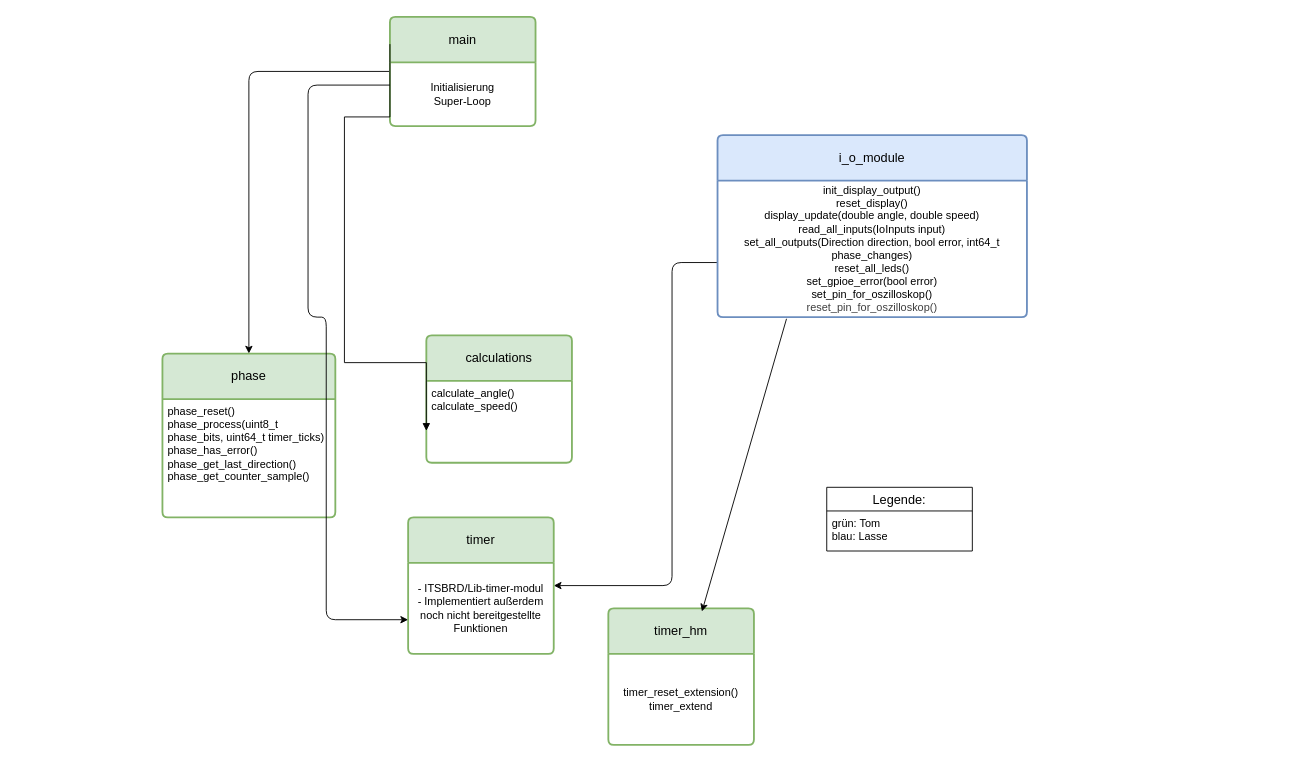
This is Programs/Drehgeber/Modulkonzept.drawio from eljollo/ITS-BRD-VSC, a draw.io file, before an edit. Source tidied: cells renumbered, new cells numbered last; positions are measured from the earlier drawing's top-left corner, leaving out a move shared by most shapes. Both pictures are drawn from the tidied source at 91%, with x=0, y=0 at pixel (162, 16).
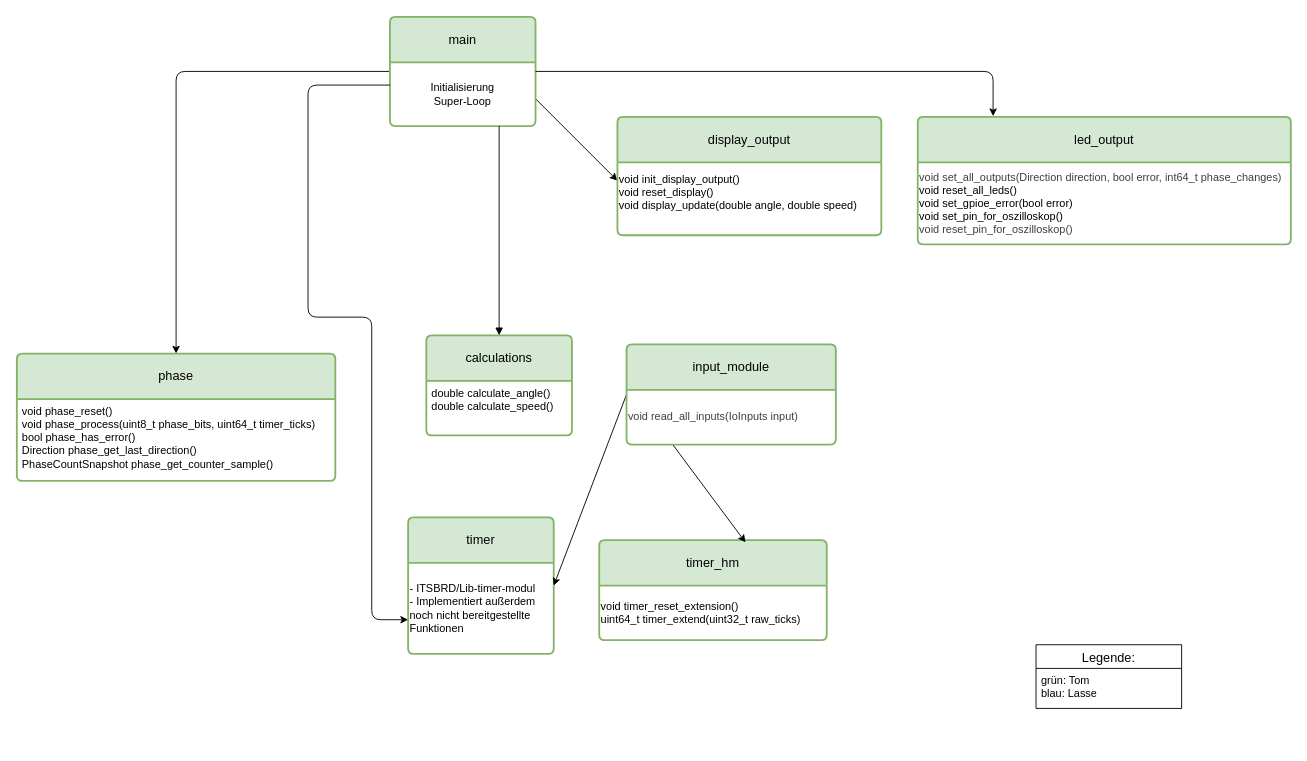
The same page after the edit.

Unchanged cells that the change refers to:
```xml
<mxCell id="3" value="main" style="swimlane;horizontal=1;startSize=50;rounded=1;fontSize=14;fontStyle=0;strokeWidth=2;shadow=0;dashed=0;align=center;arcSize=4;whiteSpace=wrap;html=1;fillColor=#d5e8d4;strokeColor=#82b366;" parent="1" vertex="1">
  <mxGeometry x="250" width="160" height="120" as="geometry" />
</mxCell>
<mxCell id="7" value="timer" style="swimlane;horizontal=1;startSize=50;rounded=1;fontSize=14;fontStyle=0;strokeWidth=2;shadow=0;dashed=0;align=center;arcSize=4;whiteSpace=wrap;html=1;fillColor=#d5e8d4;strokeColor=#82b366;" parent="1" vertex="1">
  <mxGeometry x="270" y="550" width="160" height="150" as="geometry" />
</mxCell>
```

Change to the diagram source:
```diff
@@
+    <mxCell id="21" style="edgeStyle=none;html=1;exitX=1;exitY=0.75;exitDx=0;exitDy=0;entryX=0;entryY=0.25;entryDx=0;entryDy=0;" parent="1" edge="1" source="3" target="26">
+      <mxGeometry relative="1" as="geometry" />
+    </mxCell>
@@
     <mxCell id="4" value="phase" style="swimlane;horizontal=1;startSize=50;rounded=1;fontSize=14;fontStyle=0;strokeWidth=2;shadow=0;dashed=0;align=center;arcSize=4;whiteSpace=wrap;html=1;fillColor=#d5e8d4;strokeColor=#82b366;" parent="1" vertex="1">
-      <mxGeometry y="370" width="190" height="180" as="geometry" />
+      <mxGeometry x="-160" y="370" width="350" height="140" as="geometry" />
     </mxCell>
-    <mxCell id="5" value="phase_reset()&lt;div&gt;phase_process(uint8_t phase_bits, uint64_t timer_ticks)&lt;/div&gt;&lt;div&gt;phase_has_error()&lt;/div&gt;&lt;div&gt;phase_get_last_direction()&lt;/div&gt;&lt;div&gt;phase_get_counter_sample()&lt;/div&gt;" style="align=left;strokeColor=none;fillColor=none;spacingLeft=4;spacingRight=4;fontSize=12;verticalAlign=top;html=1;whiteSpace=wrap;" parent="4" vertex="1">
-      <mxGeometry y="50" width="190" height="130" as="geometry" />
+    <mxCell id="5" value="void phase_reset()&lt;br&gt;&lt;div&gt;&lt;span style=&quot;color: rgb(0, 0, 0); background-color: transparent;&quot;&gt;void&lt;/span&gt;&lt;span style=&quot;color: rgb(0, 0, 0); background-color: transparent;&quot;&gt; &lt;/span&gt;phase_process(uint8_t phase_bits, uint64_t timer_ticks)&lt;/div&gt;&lt;div&gt;bool phase_has_error()&lt;/div&gt;&lt;div&gt;Direction phase_get_last_direction()&lt;/div&gt;&lt;div&gt;PhaseCountSnapshot phase_get_counter_sample()&lt;/div&gt;" style="align=left;strokeColor=none;fillColor=none;spacingLeft=4;spacingRight=4;fontSize=12;verticalAlign=top;html=1;whiteSpace=wrap;" parent="4" vertex="1">
+      <mxGeometry y="50" width="350" height="90" as="geometry" />
     </mxCell>
-    <mxCell id="6" style="edgeStyle=orthogonalEdgeStyle;html=1;endArrow=none;endFill=0;startArrow=classic;startFill=1;" parent="1" edge="1" source="7" target="12">
-      <mxGeometry x="0.6" relative="1" as="geometry">
-        <Array as="points">
-          <mxPoint x="560" y="625" />
-          <mxPoint x="560" y="270" />
-        </Array>
-      </mxGeometry>
-    </mxCell>
@@
-    <mxCell id="8" value="- ITSBRD/Lib-timer-modul&lt;br&gt;&lt;div&gt;- Implementiert außerdem noch nicht bereitgestellte Funktionen&lt;br&gt;&lt;/div&gt;" style="text;html=1;whiteSpace=wrap;strokeColor=none;fillColor=none;align=center;verticalAlign=middle;rounded=0;" parent="7" vertex="1">
+    <mxCell id="8" value="- ITSBRD/Lib-timer-modul&lt;br&gt;&lt;div&gt;- Implementiert außerdem noch nicht bereitgestellte Funktionen&lt;br&gt;&lt;/div&gt;" style="text;html=1;whiteSpace=wrap;strokeColor=none;fillColor=none;align=left;verticalAlign=middle;rounded=0;" parent="7" vertex="1">
       <mxGeometry y="50" width="160" height="100" as="geometry" />
     </mxCell>
     <mxCell id="9" value="calculations" style="swimlane;horizontal=1;startSize=50;rounded=1;fontSize=14;fontStyle=0;strokeWidth=2;shadow=0;dashed=0;align=center;arcSize=4;whiteSpace=wrap;html=1;fillColor=#d5e8d4;strokeColor=#82b366;" parent="1" vertex="1">
-      <mxGeometry x="290" y="350" width="160" height="140" as="geometry" />
+      <mxGeometry x="290" y="350" width="160" height="110" as="geometry" />
     </mxCell>
-    <mxCell id="10" value="calculate_angle()&lt;div&gt;calculate_speed()&lt;/div&gt;" style="align=left;strokeColor=none;fillColor=none;spacingLeft=4;spacingRight=4;fontSize=12;verticalAlign=top;html=1;whiteSpace=wrap;" parent="9" vertex="1">
-      <mxGeometry y="50" width="160" height="90" as="geometry" />
+    <mxCell id="10" value="double calculate_angle()&lt;div&gt;double calculate_speed()&lt;/div&gt;" style="align=left;strokeColor=none;fillColor=none;spacingLeft=4;spacingRight=4;fontSize=12;verticalAlign=top;html=1;whiteSpace=wrap;" parent="9" vertex="1">
+      <mxGeometry y="50" width="160" height="60" as="geometry" />
     </mxCell>
+    <mxCell id="22" style="edgeStyle=none;html=1;exitX=0;exitY=0.5;exitDx=0;exitDy=0;entryX=1;entryY=0.5;entryDx=0;entryDy=0;" parent="1" edge="1" source="11" target="7">
+      <mxGeometry relative="1" as="geometry" />
+    </mxCell>
-    <mxCell id="11" value="i_o_module" style="swimlane;horizontal=1;startSize=50;rounded=1;fontSize=14;fontStyle=0;strokeWidth=2;shadow=0;dashed=0;align=center;arcSize=4;whiteSpace=wrap;html=1;fillColor=#dae8fc;strokeColor=#6c8ebf;" parent="1" vertex="1">
-      <mxGeometry x="610" y="130" width="340" height="200" as="geometry" />
+    <mxCell id="11" value="input_module" style="swimlane;horizontal=1;startSize=50;rounded=1;fontSize=14;fontStyle=0;strokeWidth=2;shadow=0;dashed=0;align=center;arcSize=4;whiteSpace=wrap;html=1;fillColor=#d5e8d4;strokeColor=#82b366;" parent="1" vertex="1">
+      <mxGeometry x="510" y="360" width="230" height="110" as="geometry" />
     </mxCell>
-    <mxCell id="12" value="&lt;div&gt;init_display_output()&lt;/div&gt;&lt;div&gt;reset_display()&lt;/div&gt;&lt;div&gt;display_update(double angle, double speed)&lt;/div&gt;&lt;div&gt;read_all_inputs(IoInputs input)&lt;/div&gt;&lt;div&gt;set_all_outputs(Direction direction, bool error, int64_t phase_changes)&lt;/div&gt;&lt;div&gt;reset_all_leds()&lt;/div&gt;&lt;div&gt;set_gpioe_error(bool error)&lt;/div&gt;&lt;div&gt;set_pin_for_oszilloskop()&lt;/div&gt;&lt;div&gt;&lt;span style=&quot;color: rgb(63, 63, 63);&quot;&gt;reset_pin_for_oszilloskop()&lt;/span&gt;&lt;/div&gt;" style="text;html=1;whiteSpace=wrap;strokeColor=none;fillColor=none;align=center;verticalAlign=middle;rounded=0;" parent="11" vertex="1">
-      <mxGeometry y="50" width="340" height="150" as="geometry" />
+    <mxCell id="12" value="&lt;div&gt;&lt;span style=&quot;color: rgb(63, 63, 63); background-color: transparent;&quot;&gt;void read_all_inputs(IoInputs input)&lt;/span&gt;&lt;/div&gt;" style="text;html=1;whiteSpace=wrap;strokeColor=none;fillColor=none;align=left;verticalAlign=middle;rounded=0;" parent="11" vertex="1">
+      <mxGeometry y="50" width="230" height="60" as="geometry" />
     </mxCell>
     <mxCell id="13" style="edgeStyle=orthogonalEdgeStyle;html=1;entryX=0;entryY=0.75;entryDx=0;entryDy=0;" parent="1" edge="1" target="7">
       <mxGeometry x="0.2" relative="1" as="geometry">
         <mxPoint x="250" y="75" as="sourcePoint" />
         <Array as="points">
           <mxPoint x="160" y="75" />
           <mxPoint x="160" y="330" />
-          <mxPoint x="180" y="330" />
-          <mxPoint x="180" y="662.5" />
+          <mxPoint x="230" y="330" />
+          <mxPoint x="230" y="662.5" />
         </Array>
       </mxGeometry>
     </mxCell>
-    <mxCell id="14" style="endArrow=block;endFill=1;html=1;edgeStyle=orthogonalEdgeStyle;align=left;verticalAlign=top;rounded=0;defaultLabelBackgroundColor=page;exitX=0;exitY=0.25;exitDx=0;exitDy=0;entryX=0;entryY=0.75;entryDx=0;entryDy=0;" parent="1" edge="1" source="3" target="9">
-      <mxGeometry x="-1" relative="1" as="geometry">
-        <Array as="points">
-          <mxPoint x="250" y="110" />
-          <mxPoint x="200" y="110" />
-          <mxPoint x="200" y="380" />
-          <mxPoint x="290" y="380" />
-        </Array>
-      </mxGeometry>
+    <mxCell id="14" style="endArrow=block;endFill=1;html=1;edgeStyle=orthogonalEdgeStyle;align=left;verticalAlign=top;rounded=0;defaultLabelBackgroundColor=page;exitX=0.75;exitY=1;exitDx=0;exitDy=0;entryX=0.5;entryY=0;entryDx=0;entryDy=0;" parent="1" edge="1" source="3" target="9">
+      <mxGeometry x="-1" relative="1" as="geometry" />
     </mxCell>
     <mxCell id="15" value="Legende:" style="swimlane;fontStyle=0;horizontal=1;startSize=26;align=center;fontSize=14;" parent="1" vertex="1">
-      <mxGeometry x="730" y="517" width="160" height="70" as="geometry" />
+      <mxGeometry x="960" y="690" width="160" height="70" as="geometry" />
     </mxCell>
@@
     <mxCell id="17" value="timer_hm" style="swimlane;horizontal=1;startSize=50;rounded=1;fontSize=14;fontStyle=0;strokeWidth=2;shadow=0;dashed=0;align=center;arcSize=4;whiteSpace=wrap;html=1;fillColor=#d5e8d4;strokeColor=#82b366;" parent="1" vertex="1">
-      <mxGeometry x="490" y="650" width="160" height="150" as="geometry" />
+      <mxGeometry x="480" y="575" width="250" height="110" as="geometry" />
     </mxCell>
-    <mxCell id="18" value="&lt;div&gt;timer_reset_extension()&lt;/div&gt;&lt;div&gt;timer_extend&lt;/div&gt;" style="text;html=1;whiteSpace=wrap;strokeColor=none;fillColor=none;align=center;verticalAlign=middle;rounded=0;" parent="17" vertex="1">
-      <mxGeometry y="50" width="160" height="100" as="geometry" />
+    <mxCell id="18" value="&lt;div&gt;void timer_reset_extension()&lt;/div&gt;&lt;div&gt;uint64_t timer_extend(uint32_t raw_ticks)&lt;/div&gt;" style="text;html=1;whiteSpace=wrap;strokeColor=none;fillColor=none;align=left;verticalAlign=middle;rounded=0;" parent="17" vertex="1">
+      <mxGeometry y="50" width="250" height="60" as="geometry" />
     </mxCell>
@@
+    <mxCell id="23" value="led_output" style="swimlane;horizontal=1;startSize=50;rounded=1;fontSize=14;fontStyle=0;strokeWidth=2;shadow=0;dashed=0;align=center;arcSize=4;whiteSpace=wrap;html=1;fillColor=#d5e8d4;strokeColor=#82b366;" parent="1" vertex="1">
+      <mxGeometry x="830" y="110" width="410" height="140" as="geometry" />
+    </mxCell>
+    <mxCell id="24" value="&lt;div&gt;&lt;span style=&quot;color: rgb(63, 63, 63); background-color: transparent;&quot;&gt;void set_all_outputs(Direction direction, bool error, int64_t phase_changes)&lt;/span&gt;&lt;/div&gt;&lt;div&gt;void reset_all_leds()&lt;/div&gt;&lt;div&gt;void set_gpioe_error(bool error)&lt;/div&gt;&lt;div&gt;void set_pin_for_oszilloskop()&lt;/div&gt;&lt;div&gt;&lt;span style=&quot;color: rgb(63, 63, 63);&quot;&gt;void reset_pin_for_oszilloskop()&lt;/span&gt;&lt;/div&gt;" style="text;html=1;whiteSpace=wrap;strokeColor=none;fillColor=none;align=left;verticalAlign=middle;rounded=0;" parent="23" vertex="1">
+      <mxGeometry y="50" width="410" height="90" as="geometry" />
+    </mxCell>
+    <mxCell id="25" value="display_output" style="swimlane;horizontal=1;startSize=50;rounded=1;fontSize=14;fontStyle=0;strokeWidth=2;shadow=0;dashed=0;align=center;arcSize=4;whiteSpace=wrap;html=1;fillColor=#d5e8d4;strokeColor=#82b366;" parent="1" vertex="1">
+      <mxGeometry x="500" y="110" width="290" height="130" as="geometry" />
+    </mxCell>
+    <mxCell id="26" value="&lt;div&gt;void init_display_output()&lt;/div&gt;&lt;div&gt;void reset_display()&lt;/div&gt;&lt;div&gt;void display_update(double angle, double speed)&lt;/div&gt;&lt;div&gt;&lt;br&gt;&lt;/div&gt;" style="text;html=1;whiteSpace=wrap;strokeColor=none;fillColor=none;align=left;verticalAlign=middle;rounded=0;" parent="25" vertex="1">
+      <mxGeometry y="50" width="290" height="80" as="geometry" />
+    </mxCell>
+    <mxCell id="27" style="edgeStyle=none;html=1;exitX=1;exitY=0.5;exitDx=0;exitDy=0;entryX=0.202;entryY=-0.006;entryDx=0;entryDy=0;entryPerimeter=0;" parent="1" edge="1" source="3" target="23">
+      <mxGeometry x="0.14" relative="1" as="geometry">
+        <Array as="points">
+          <mxPoint x="912.8" y="60" />
+        </Array>
+      </mxGeometry>
+    </mxCell>
```
